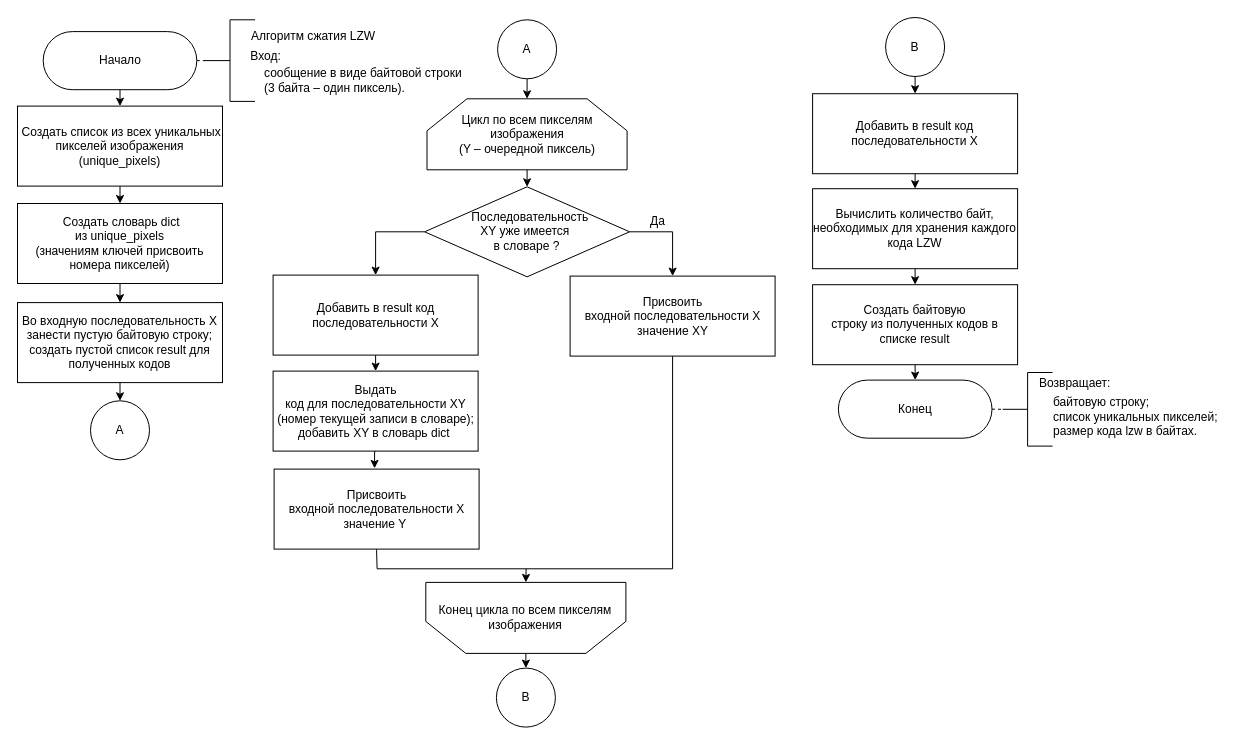
The draw.io diagram docs/schemes/presentation/lzw.drawio in kovkir/bmstu-magistracy-diploma, before the edit. Source tidied: cells renumbered, new cells numbered last; positions are measured from the earlier drawing's top-left corner, leaving out a move shared by most shapes. Both pictures are drawn from the tidied source at 100%, with x=0, y=0 at pixel (17, 17).
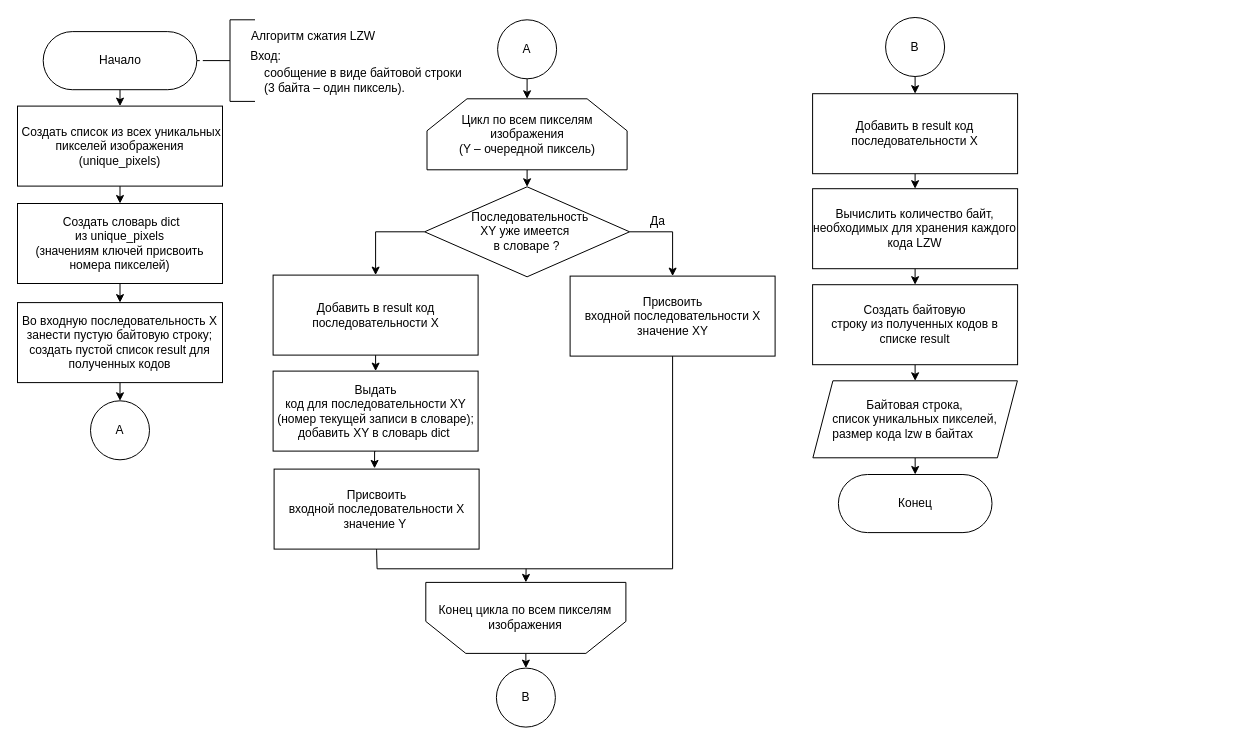
After the change.

The change refers to these unchanged cells:
```xml
<mxCell id="30" value="&lt;div&gt;&lt;span style=&quot;color: rgb(0, 0, 0); background-color: transparent;&quot;&gt;Создать байтовую&lt;/span&gt;&lt;/div&gt;&lt;div&gt;&lt;span style=&quot;color: rgb(0, 0, 0);&quot;&gt;строку из полученных кодов в списке result&lt;/span&gt;&lt;/div&gt;" style="rounded=0;whiteSpace=wrap;html=1;strokeColor=default;strokeWidth=1;fontSize=12;gradientColor=none;" parent="1" vertex="1">
  <mxGeometry x="795.1" y="267.2" width="205" height="80" as="geometry" />
</mxCell>
```

The edit, as a diff of the source:
```diff
@@
-    <mxCell id="22" style="edgeStyle=none;html=1;entryX=0;entryY=0.5;entryDx=0;entryDy=0;entryPerimeter=0;fontSize=12;endArrow=none;endFill=0;dashed=1;exitX=0;exitY=0.5;exitDx=0;exitDy=0;" parent="1" edge="1" source="47" target="23">
-      <mxGeometry relative="1" as="geometry" />
-    </mxCell>
-    <mxCell id="23" style="strokeWidth=1;html=1;shape=mxgraph.flowchart.annotation_2;align=left;labelPosition=right;strokeColor=default;fontSize=13;gradientColor=none;" parent="1" vertex="1">
-      <mxGeometry x="985.1" y="355" width="50" height="73.6" as="geometry" />
-    </mxCell>
-    <mxCell id="24" value="Возвращает:" style="text;html=1;align=left;verticalAlign=middle;strokeColor=none;fillColor=none;fontSize=12;" parent="1" vertex="1">
-      <mxGeometry x="1019.6" y="351.2" width="100" height="30" as="geometry" />
-    </mxCell>
-    <mxCell id="25" value="&lt;br&gt;байтовую строку;&lt;div&gt;&lt;font style=&quot;color: rgb(0, 0, 0);&quot;&gt;список уникальных пикселей;&lt;/font&gt;&lt;/div&gt;&lt;div&gt;&lt;font style=&quot;color: rgb(0, 0, 0);&quot;&gt;размер кода lzw в байтах.&lt;/font&gt;&lt;/div&gt;" style="text;html=1;align=left;verticalAlign=middle;strokeColor=none;fillColor=none;fontSize=12;" parent="1" vertex="1">
-      <mxGeometry x="1034.1" y="356.8" width="190" height="70" as="geometry" />
-    </mxCell>
@@
-    <mxCell id="29" style="edgeStyle=none;html=1;exitX=0.5;exitY=1;exitDx=0;exitDy=0;entryX=0.5;entryY=1;entryDx=0;entryDy=0;" parent="1" edge="1" source="30" target="47">
+    <mxCell id="29" style="edgeStyle=none;html=1;exitX=0.5;exitY=1;exitDx=0;exitDy=0;entryX=0.5;entryY=1;entryDx=0;entryDy=0;" parent="1" edge="1" source="49" target="47">
       <mxGeometry relative="1" as="geometry" />
     </mxCell>
+    <mxCell id="48" style="edgeStyle=none;html=1;exitX=0.5;exitY=1;exitDx=0;exitDy=0;entryX=0.5;entryY=0;entryDx=0;entryDy=0;" parent="1" edge="1" source="30" target="49">
+      <mxGeometry relative="1" as="geometry" />
+    </mxCell>
@@
     <mxCell id="47" value="&lt;span style=&quot;color: rgb(0, 0, 0); font-family: Helvetica; font-size: 12px;&quot;&gt;Конец&lt;/span&gt;" style="rounded=1;whiteSpace=wrap;html=1;fontSize=14;spacing=3;strokeWidth=1;glass=0;flipH=1;flipV=0;rotation=0;direction=west;arcSize=50;fontFamily=Times New Roman;" parent="1" vertex="1">
-      <mxGeometry x="820.9" y="362.6" width="153.6" height="58.1" as="geometry" />
+      <mxGeometry x="820.9" y="457" width="153.6" height="58.1" as="geometry" />
     </mxCell>
+    <mxCell id="49" value="&lt;span style=&quot;text-align: left; text-wrap-mode: nowrap;&quot;&gt;&lt;font style=&quot;color: rgb(0, 0, 0);&quot;&gt;Байтовая строка,&lt;/font&gt;&lt;br&gt;&lt;div style=&quot;&quot;&gt;&lt;font style=&quot;color: rgb(0, 0, 0);&quot;&gt;список &lt;/font&gt;&lt;font style=&quot;color: rgb(0, 0, 0);&quot;&gt;уникальных&lt;/font&gt;&lt;font style=&quot;color: rgb(0, 0, 0);&quot;&gt; пикселей,&lt;/font&gt;&lt;/div&gt;&lt;div style=&quot;color: light-dark(rgb(0, 0, 0), rgb(237, 237, 237));&quot;&gt;&lt;span style=&quot;color: rgb(0, 0, 0); background-color: transparent;&quot;&gt;размер кода lzw в байтах&lt;/span&gt;&lt;/div&gt;&lt;/span&gt;" style="shape=parallelogram;perimeter=parallelogramPerimeter;whiteSpace=wrap;html=1;fixedSize=1;" parent="1" vertex="1">
+      <mxGeometry x="795.4" y="363.3" width="204.5" height="77" as="geometry" />
+    </mxCell>
```
